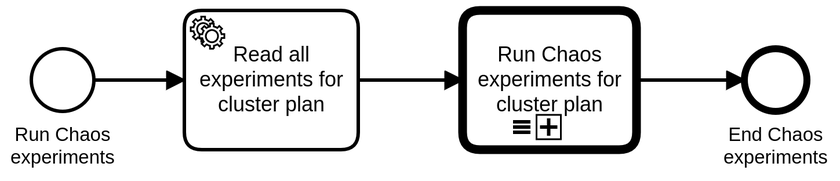
Before: docs/assets/chaosToolkit.png, a diagram exported from BPMN (zeebe-io/zeebe-cluster-testbench). Its source is kept beside it as workflows/chaosToolkit.bpmn. Ids are renumbered.
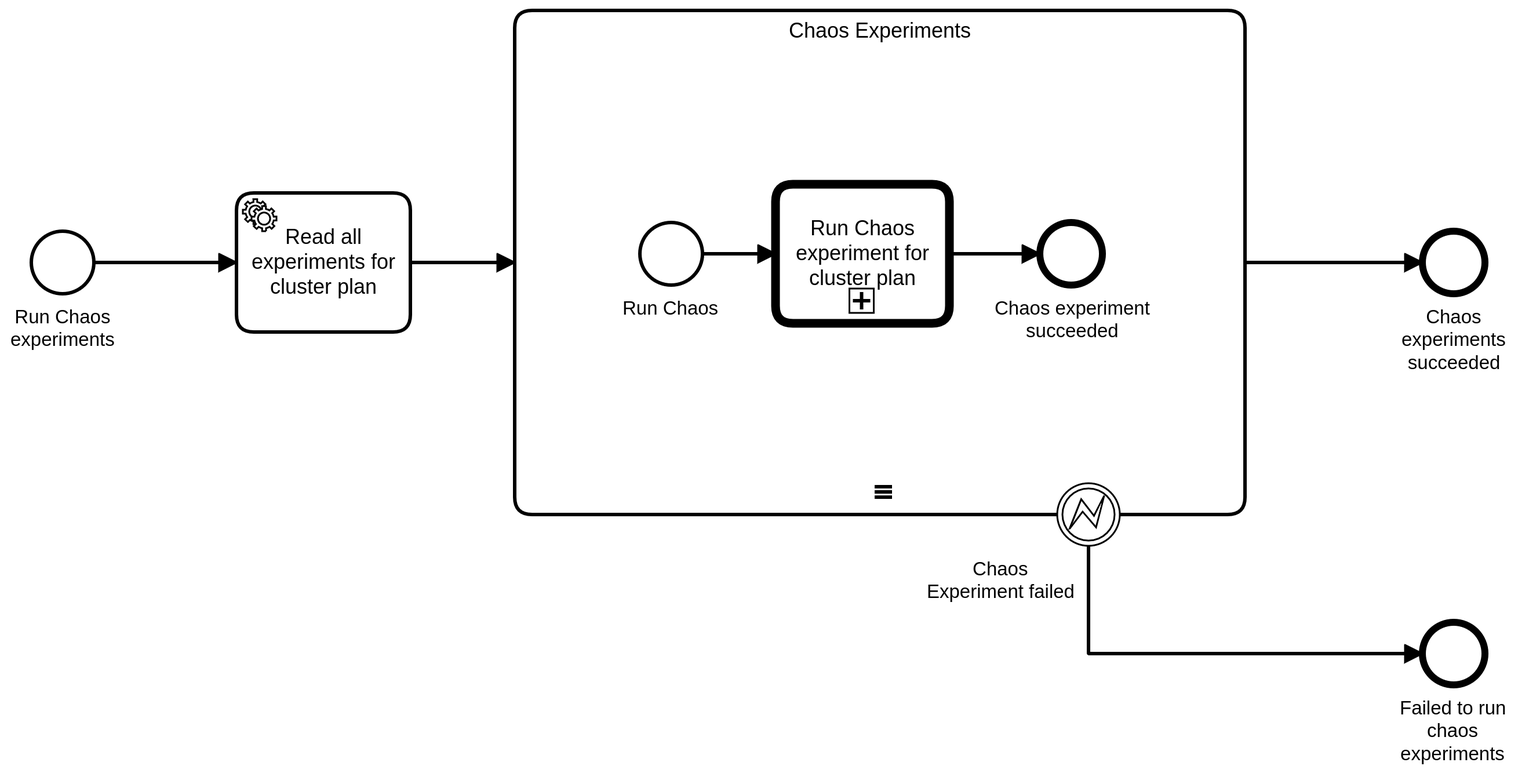
The same diagram one commit later.

Commit message:
fix(workflows): improve chaosToolkit process

Fix a problem with the failuresMessages, it was expected to be a list instead of a string.
 Introduce a sub process, since output mappings didn't work for call activities, which makes problems on successful run. The testResult was not updated.

Change to the diagram source:
```diff
@@ -16,101 +16,140 @@
       <bpmn:incoming>Flow_n2</bpmn:incoming>
       <bpmn:outgoing>Flow_n4</bpmn:outgoing>
     </bpmn:serviceTask>
-    <bpmn:sequenceFlow id="Flow_n4" sourceRef="Activity_n3" targetRef="Activity_n5" />
-    <bpmn:callActivity id="Activity_n5" name="Run Chaos experiments for cluster plan">
+    <bpmn:sequenceFlow id="Flow_n4" sourceRef="Activity_n3" targetRef="Activity_n13" />
+    <bpmn:subProcess id="Activity_n13" name="Chaos Experiments">
       <bpmn:extensionElements>
-        <zeebe:calledElement processId="chaosExperiment" propagateAllChildVariables="false" />
         <zeebe:ioMapping>
-          <zeebe:input source="=experiment.title" target="title" />
-          <zeebe:input source="=experiment.description" target="description" />
-          <zeebe:input source="=experiment.`steady-state-hypothesis`" target="steadyState" />
-          <zeebe:input source="=experiment.method" target="method" />
-          <zeebe:output source="=string(now())" target="testReport.endTime" />
+          <zeebe:output source="=((now() - date and time(&#34;1970-01-01T00:00Z&#34;)) / duration(&#34;PT1S&#34;)) * 1000" target="testReport.endTime" />
           <zeebe:output source="=&#34;PASSED&#34;" target="testReport.testResult" />
         </zeebe:ioMapping>
       </bpmn:extensionElements>
       <bpmn:incoming>Flow_n4</bpmn:incoming>
-      <bpmn:outgoing>Flow_n6</bpmn:outgoing>
+      <bpmn:outgoing>Flow_n14</bpmn:outgoing>
       <bpmn:multiInstanceLoopCharacteristics isSequential="true">
         <bpmn:extensionElements>
           <zeebe:loopCharacteristics inputCollection="=experiments" inputElement="experiment" />
         </bpmn:extensionElements>
       </bpmn:multiInstanceLoopCharacteristics>
-    </bpmn:callActivity>
-    <bpmn:endEvent id="Event_n7" name="Chaos experiments succeeded">
-      <bpmn:incoming>Flow_n6</bpmn:incoming>
-    </bpmn:endEvent>
-    <bpmn:sequenceFlow id="Flow_n6" sourceRef="Activity_n5" targetRef="Event_n7" />
-    <bpmn:boundaryEvent id="Event_n8" name="Chaos Experiment failed" attachedToRef="Activity_n5">
+      <bpmn:callActivity id="Activity_n5" name="Run Chaos experiment for cluster plan">
+        <bpmn:extensionElements>
+          <zeebe:calledElement processId="chaosExperiment" propagateAllChildVariables="false" />
+          <zeebe:ioMapping>
+            <zeebe:input source="=experiment.title" target="title" />
+            <zeebe:input source="=experiment.description" target="description" />
+            <zeebe:input source="=experiment.`steady-state-hypothesis`" target="steadyState" />
+            <zeebe:input source="=experiment.method" target="method" />
+          </zeebe:ioMapping>
+        </bpmn:extensionElements>
+        <bpmn:incoming>Flow_n15</bpmn:incoming>
+        <bpmn:outgoing>Flow_n6</bpmn:outgoing>
+      </bpmn:callActivity>
+      <bpmn:endEvent id="Event_n7" name="Chaos experiment succeeded">
+        <bpmn:incoming>Flow_n6</bpmn:incoming>
+      </bpmn:endEvent>
+      <bpmn:sequenceFlow id="Flow_n6" sourceRef="Activity_n5" targetRef="Event_n7" />
+      <bpmn:startEvent id="Event_n16" name="Run Chaos">
+        <bpmn:outgoing>Flow_n15</bpmn:outgoing>
+      </bpmn:startEvent>
+      <bpmn:sequenceFlow id="Flow_n15" sourceRef="Event_n16" targetRef="Activity_n5" />
+    </bpmn:subProcess>
+    <bpmn:boundaryEvent id="Event_n8" name="Chaos Experiment failed" attachedToRef="Activity_n13">
       <bpmn:extensionElements>
         <zeebe:ioMapping>
-          <zeebe:output source="= &#34;Experiment failed for cluster plan: &#39;&#34; + clusterPlan + &#34;&#39;.&#34;" target="testReport.failureMessages" />
+          <zeebe:output source="= [(&#34;Experiment failed for cluster plan: &#39;&#34; + clusterPlan + &#34;&#39;.&#34;)]" target="testReport.failureMessages" />
           <zeebe:output source="= 1" target="testReport.failureCount" />
           <zeebe:output source="=&#34;FAILED&#34;" target="testReport.testResult" />
           <zeebe:output source="=((now() - date and time(&#34;1970-01-01T00:00Z&#34;)) / duration(&#34;PT1S&#34;)) * 1000" target="testReport.endTime" />
         </zeebe:ioMapping>
       </bpmn:extensionElements>
-      <bpmn:outgoing>Flow_n9</bpmn:outgoing>
+      <bpmn:outgoing>Flow_n17</bpmn:outgoing>
       <bpmn:errorEventDefinition id="ErrorEventDefinition_n10" errorRef="Error_n11" />
     </bpmn:boundaryEvent>
-    <bpmn:sequenceFlow id="Flow_n9" sourceRef="Event_n8" targetRef="Event_n12" />
     <bpmn:endEvent id="Event_n12" name="Failed to run chaos experiments">
       <bpmn:extensionElements>
         <zeebe:ioMapping>
           <zeebe:output source="= source" target="target" />
         </zeebe:ioMapping>
       </bpmn:extensionElements>
-      <bpmn:incoming>Flow_n9</bpmn:incoming>
+      <bpmn:incoming>Flow_n17</bpmn:incoming>
     </bpmn:endEvent>
+    <bpmn:endEvent id="Event_n18" name="Chaos experiments succeeded">
+      <bpmn:incoming>Flow_n14</bpmn:incoming>
+    </bpmn:endEvent>
+    <bpmn:sequenceFlow id="Flow_n14" sourceRef="Activity_n13" targetRef="Event_n18" />
+    <bpmn:sequenceFlow id="Flow_n17" sourceRef="Event_n8" targetRef="Event_n12" />
   </bpmn:process>
   <bpmn:error id="Error_n11" name="experimentFailed" errorCode="experimentFailed" />
   <bpmndi:BPMNDiagram id="BPMNDiagram_1">
     <bpmndi:BPMNPlane id="BPMNPlane_1" bpmnElement="chaosToolkit">
-      <bpmndi:BPMNEdge id="Flow_n9_di" bpmnElement="Flow_n9">
-        <di:waypoint x="480" y="178" />
-        <di:waypoint x="480" y="240" />
-        <di:waypoint x="562" y="240" />
-      </bpmndi:BPMNEdge>
-      <bpmndi:BPMNEdge id="Flow_n6_di" bpmnElement="Flow_n6">
-        <di:waypoint x="500" y="120" />
-        <di:waypoint x="562" y="120" />
-      </bpmndi:BPMNEdge>
       <bpmndi:BPMNEdge id="Flow_n4_di" bpmnElement="Flow_n4">
-        <di:waypoint x="340" y="120" />
-        <di:waypoint x="400" y="120" />
+        <di:waypoint x="390" y="225" />
+        <di:waypoint x="450" y="225" />
       </bpmndi:BPMNEdge>
       <bpmndi:BPMNEdge id="Flow_n2_di" bpmnElement="Flow_n2">
-        <di:waypoint x="188" y="120" />
-        <di:waypoint x="240" y="120" />
+        <di:waypoint x="208" y="225" />
+        <di:waypoint x="290" y="225" />
       </bpmndi:BPMNEdge>
+      <bpmndi:BPMNEdge id="Flow_n14_di" bpmnElement="Flow_n14">
+        <di:waypoint x="870" y="225" />
+        <di:waypoint x="972" y="225" />
+      </bpmndi:BPMNEdge>
+      <bpmndi:BPMNEdge id="Flow_n17_di" bpmnElement="Flow_n17">
+        <di:waypoint x="780" y="388" />
+        <di:waypoint x="780" y="450" />
+        <di:waypoint x="972" y="450" />
+      </bpmndi:BPMNEdge>
+      <bpmndi:BPMNShape id="Activity_1a5ox0j_di" bpmnElement="Activity_n3">
+        <dc:Bounds x="290" y="185" width="100" height="80" />
+      </bpmndi:BPMNShape>
       <bpmndi:BPMNShape id="_BPMNShape_StartEvent_2" bpmnElement="StartEvent_1">
-        <dc:Bounds x="152" y="102" width="36" height="36" />
+        <dc:Bounds x="172" y="207" width="36" height="36" />
         <bpmndi:BPMNLabel>
-          <dc:Bounds x="140" y="145" width="61" height="27" />
+          <dc:Bounds x="160" y="250" width="61" height="27" />
         </bpmndi:BPMNLabel>
       </bpmndi:BPMNShape>
-      <bpmndi:BPMNShape id="Activity_1a5ox0j_di" bpmnElement="Activity_n3">
-        <dc:Bounds x="240" y="80" width="100" height="80" />
-      </bpmndi:BPMNShape>
-      <bpmndi:BPMNShape id="Activity_0nrb96x_di" bpmnElement="Activity_n5">
-        <dc:Bounds x="400" y="80" width="100" height="80" />
-      </bpmndi:BPMNShape>
-      <bpmndi:BPMNShape id="Event_n7_di" bpmnElement="Event_n7">
-        <dc:Bounds x="562" y="102" width="36" height="36" />
+      <bpmndi:BPMNShape id="Event_n18_di" bpmnElement="Event_n18">
+        <dc:Bounds x="972" y="207" width="36" height="36" />
         <bpmndi:BPMNLabel>
-          <dc:Bounds x="550" y="145" width="61" height="40" />
+          <dc:Bounds x="960" y="250" width="61" height="40" />
         </bpmndi:BPMNLabel>
       </bpmndi:BPMNShape>
       <bpmndi:BPMNShape id="Event_n12_di" bpmnElement="Event_n12">
-        <dc:Bounds x="562" y="222" width="36" height="36" />
+        <dc:Bounds x="972" y="432" width="36" height="36" />
         <bpmndi:BPMNLabel>
-          <dc:Bounds x="549" y="265" width="62" height="40" />
+          <dc:Bounds x="959" y="475" width="62" height="40" />
+        </bpmndi:BPMNLabel>
+      </bpmndi:BPMNShape>
+      <bpmndi:BPMNShape id="Activity_05ujwws_di" bpmnElement="Activity_n13" isExpanded="true">
+        <dc:Bounds x="450" y="80" width="420" height="290" />
+      </bpmndi:BPMNShape>
+      <bpmndi:BPMNEdge id="Flow_n6_di" bpmnElement="Flow_n6">
+        <di:waypoint x="700" y="220" />
+        <di:waypoint x="752" y="220" />
+      </bpmndi:BPMNEdge>
+      <bpmndi:BPMNEdge id="Flow_n15_di" bpmnElement="Flow_n15">
+        <di:waypoint x="558" y="220" />
+        <di:waypoint x="600" y="220" />
+      </bpmndi:BPMNEdge>
+      <bpmndi:BPMNShape id="Event_n16_di" bpmnElement="Event_n16">
+        <dc:Bounds x="522" y="202" width="36" height="36" />
+        <bpmndi:BPMNLabel>
+          <dc:Bounds x="512" y="245" width="56" height="14" />
+        </bpmndi:BPMNLabel>
+      </bpmndi:BPMNShape>
+      <bpmndi:BPMNShape id="Activity_0nrb96x_di" bpmnElement="Activity_n5">
+        <dc:Bounds x="600" y="180" width="100" height="80" />
+      </bpmndi:BPMNShape>
+      <bpmndi:BPMNShape id="Event_n7_di" bpmnElement="Event_n7">
+        <dc:Bounds x="752" y="202" width="36" height="36" />
+        <bpmndi:BPMNLabel>
+          <dc:Bounds x="726" y="245" width="90" height="27" />
         </bpmndi:BPMNLabel>
       </bpmndi:BPMNShape>
       <bpmndi:BPMNShape id="Event_05qv9kd_di" bpmnElement="Event_n8">
-        <dc:Bounds x="462" y="142" width="36" height="36" />
+        <dc:Bounds x="762" y="352" width="36" height="36" />
         <bpmndi:BPMNLabel>
-          <dc:Bounds x="377" y="185" width="85" height="27" />
+          <dc:Bounds x="687" y="395" width="85" height="27" />
         </bpmndi:BPMNLabel>
       </bpmndi:BPMNShape>
     </bpmndi:BPMNPlane>
```
